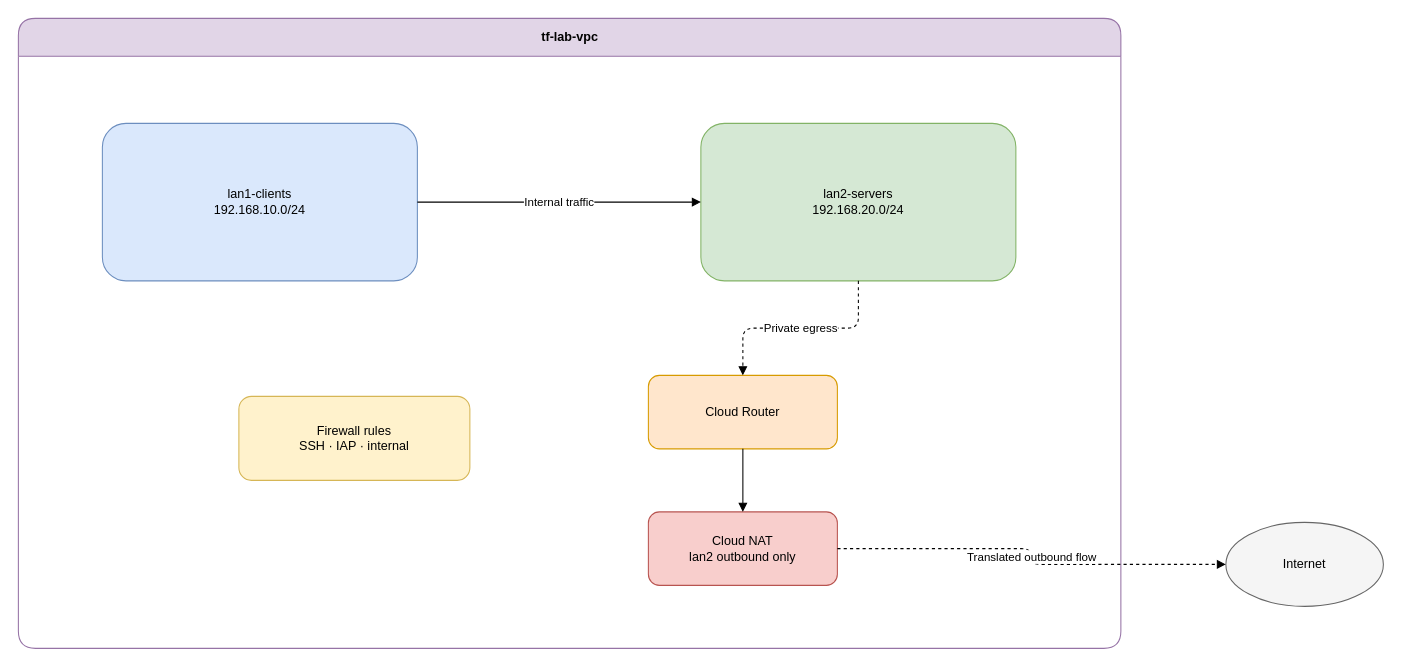
Above: docs/terraform/03-routing-nat-firewall/diagrams/lab03-routing-nat-firewall.drawio in nitinkc/Networks-Terraform-Basics (draw.io), before the change. Source tidied: cells renumbered, new cells numbered last; positions are measured from the earlier drawing's top-left corner, leaving out a move shared by most shapes. Both pictures are drawn from the tidied source at 105%, with x=0, y=0 at pixel (18, 18).
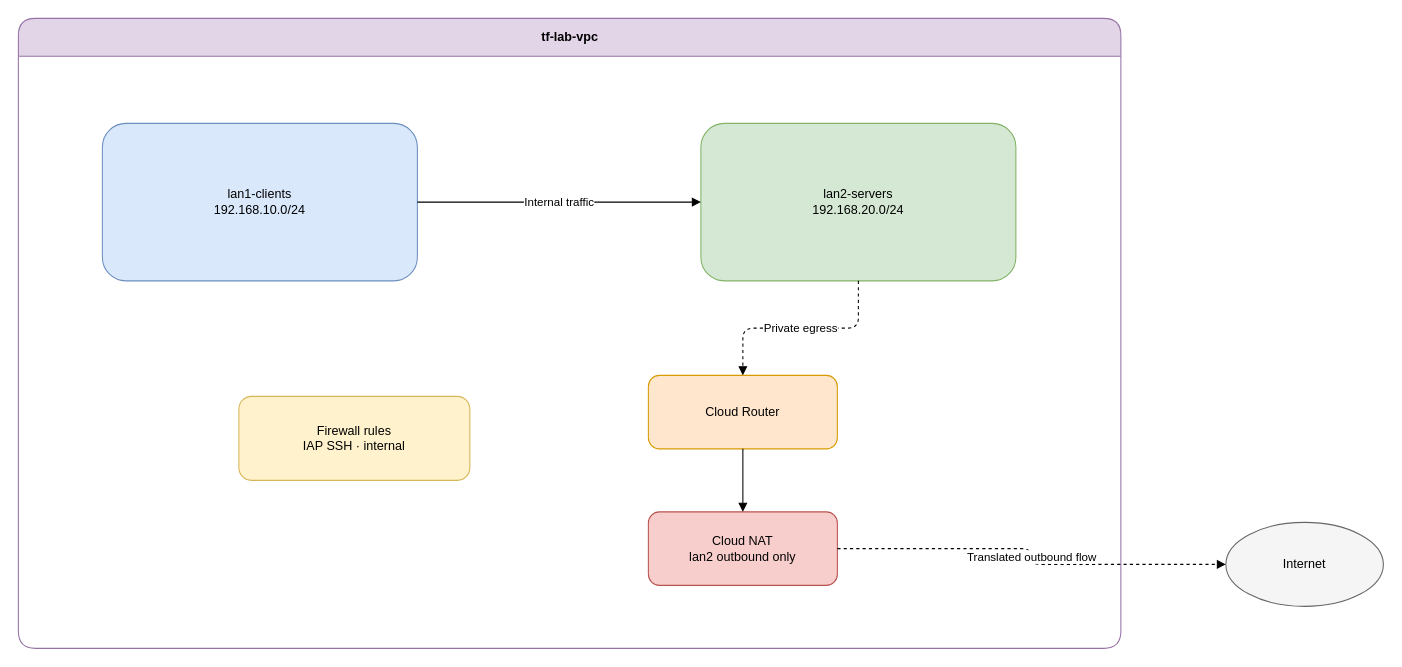
The same diagram, later.

What changed in the source:
```diff
@@
 <mxGraphModel>
   <root>
     <mxCell id="0" />
     <mxCell id="1" parent="0" />
     <mxCell id="2" value="tf-lab-vpc" style="swimlane;html=1;rounded=1;fillColor=#e1d5e7;strokeColor=#9673a6;startSize=36;" parent="1" vertex="1">
       <mxGeometry width="1050" height="600" as="geometry" />
     </mxCell>
     <mxCell id="3" value="lan1-clients&#10;192.168.10.0/24" style="rounded=1;whiteSpace=wrap;html=1;fillColor=#dae8fc;strokeColor=#6c8ebf;" parent="2" vertex="1">
       <mxGeometry x="80" y="100" width="300" height="150" as="geometry" />
     </mxCell>
     <mxCell id="4" value="lan2-servers&#10;192.168.20.0/24" style="rounded=1;whiteSpace=wrap;html=1;fillColor=#d5e8d4;strokeColor=#82b366;" parent="2" vertex="1">
       <mxGeometry x="650" y="100" width="300" height="150" as="geometry" />
     </mxCell>
-    <mxCell id="5" value="Firewall rules&#10;SSH · IAP · internal" style="rounded=1;whiteSpace=wrap;html=1;fillColor=#fff2cc;strokeColor=#d6b656;" parent="2" vertex="1">
+    <mxCell id="5" value="Firewall rules&#10;IAP SSH · internal" style="rounded=1;whiteSpace=wrap;html=1;fillColor=#fff2cc;strokeColor=#d6b656;" parent="2" vertex="1">
       <mxGeometry x="210" y="360" width="220" height="80" as="geometry" />
     </mxCell>
     <mxCell id="6" value="Cloud Router" style="rounded=1;whiteSpace=wrap;html=1;fillColor=#ffe6cc;strokeColor=#d79b00;" parent="2" vertex="1">
       <mxGeometry x="600" y="340" width="180" height="70" as="geometry" />
     </mxCell>
     <mxCell id="7" value="Cloud NAT&#10;lan2 outbound only" style="rounded=1;whiteSpace=wrap;html=1;fillColor=#f8cecc;strokeColor=#b85450;" parent="2" vertex="1">
       <mxGeometry x="600" y="470" width="180" height="70" as="geometry" />
     </mxCell>
     <mxCell id="8" value="Internet" style="ellipse;whiteSpace=wrap;html=1;fillColor=#f5f5f5;strokeColor=#666666;" parent="1" vertex="1">
       <mxGeometry x="1150" y="480" width="150" height="80" as="geometry" />
     </mxCell>
     <mxCell id="9" value="Internal traffic" style="edgeStyle=orthogonalEdgeStyle;html=1;endArrow=block;" parent="1" edge="1" source="3" target="4">
       <mxGeometry relative="1" as="geometry" />
     </mxCell>
     <mxCell id="10" value="Private egress" style="edgeStyle=orthogonalEdgeStyle;html=1;dashed=1;endArrow=block;" parent="1" edge="1" source="4" target="6">
       <mxGeometry relative="1" as="geometry" />
     </mxCell>
     <mxCell id="11" style="edgeStyle=orthogonalEdgeStyle;html=1;endArrow=block;" parent="1" edge="1" source="6" target="7">
       <mxGeometry relative="1" as="geometry" />
     </mxCell>
     <mxCell id="12" value="Translated outbound flow" style="edgeStyle=orthogonalEdgeStyle;html=1;dashed=1;endArrow=block;" parent="1" edge="1" source="7" target="8">
       <mxGeometry relative="1" as="geometry" />
     </mxCell>
   </root>
 </mxGraphModel>
```
